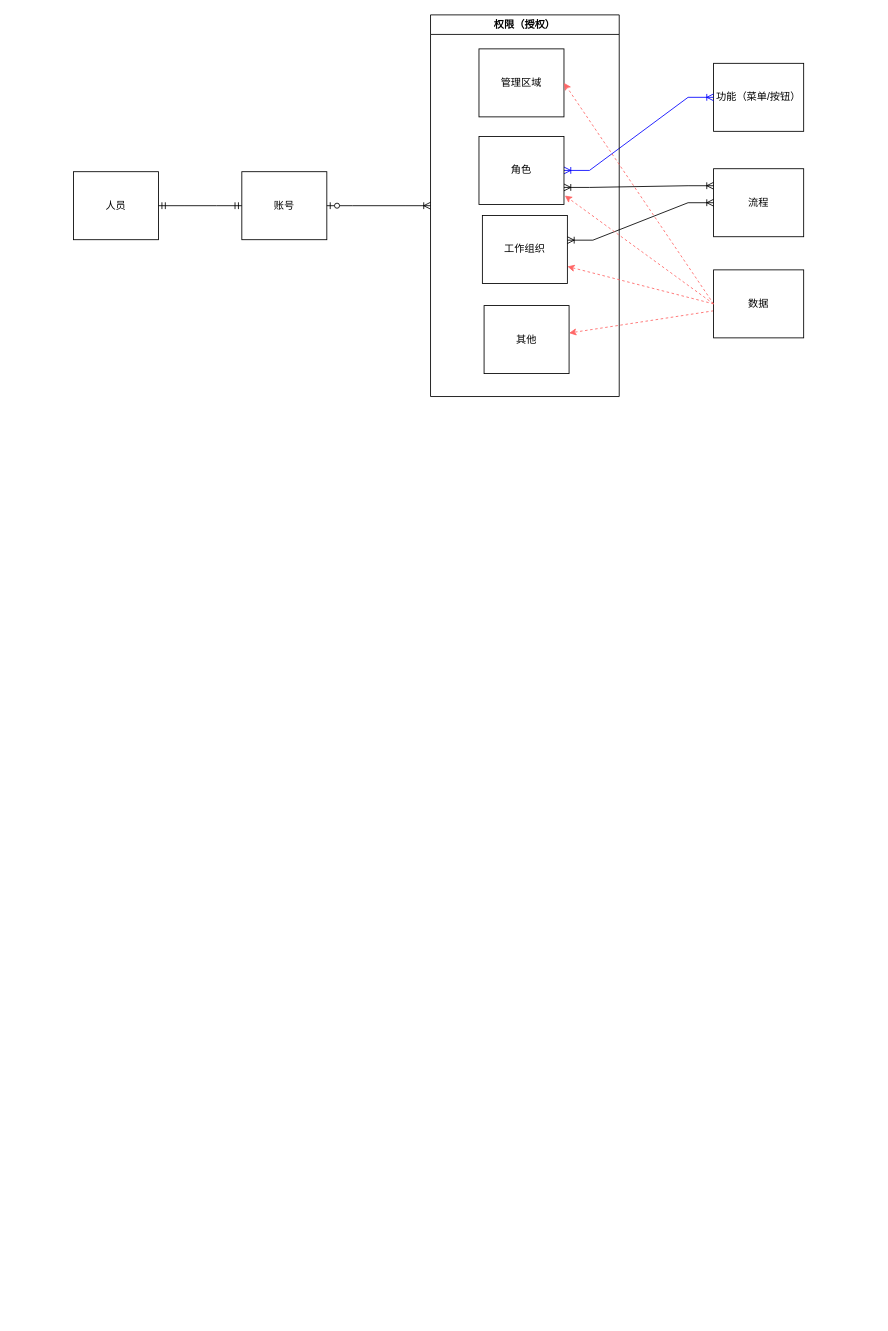
This is page "模型-实体图新" (8 of 8) of 4A基本数模型.drawio from 158698706/tt4a, a draw.io file, before an edit. Source tidied: cells renumbered, new cells numbered last; positions are measured from the earlier drawing's top-left corner, leaving out a move shared by most shapes. Both pictures are drawn from the tidied source at 85%, with x=0, y=0 at pixel (73, 14).
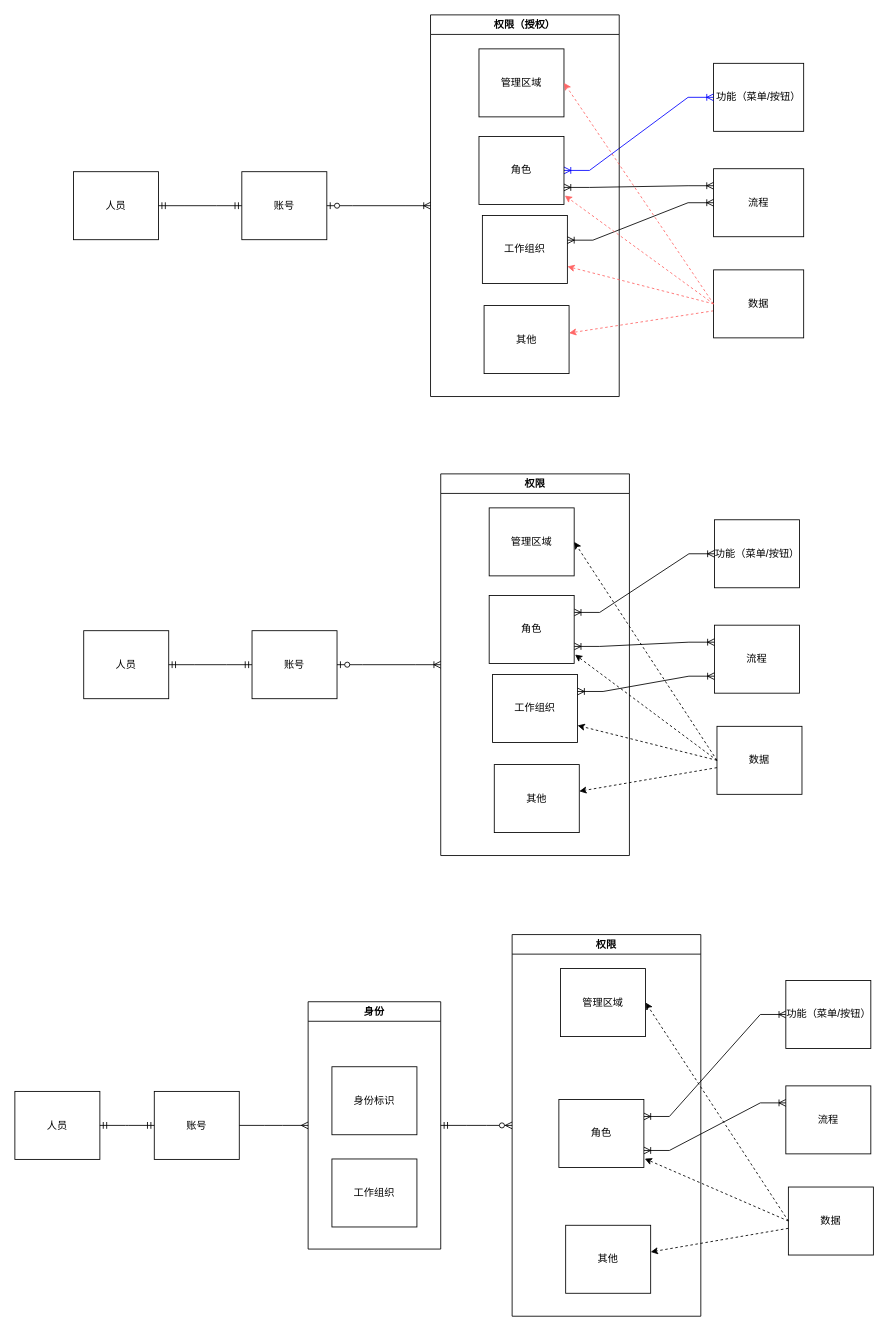
After the change.

Commit message:
更新4A基本数模型.drawio

The edit, as a diff of the source:
```diff
@@
+    <mxCell id="21" value="账号" style="whiteSpace=wrap;html=1;align=center;" parent="1" vertex="1">
+      <mxGeometry x="210" y="724.5" width="100" height="80" as="geometry" />
+    </mxCell>
+    <mxCell id="22" value="功能（菜单/按钮）" style="whiteSpace=wrap;html=1;align=center;" parent="1" vertex="1">
+      <mxGeometry x="754" y="594" width="100" height="80" as="geometry" />
+    </mxCell>
+    <mxCell id="23" style="edgeStyle=entityRelationEdgeStyle;fontSize=12;html=1;endArrow=ERoneToMany;startArrow=ERoneToMany;rounded=0;exitX=1;exitY=0.25;exitDx=0;exitDy=0;entryX=0;entryY=0.5;entryDx=0;entryDy=0;strokeColor=#000000;" parent="1" edge="1" source="27" target="22">
+      <mxGeometry relative="1" as="geometry" />
+    </mxCell>
+    <mxCell id="24" value="流程" style="whiteSpace=wrap;html=1;align=center;" parent="1" vertex="1">
+      <mxGeometry x="754" y="718" width="100" height="80" as="geometry" />
+    </mxCell>
+    <mxCell id="25" style="edgeStyle=entityRelationEdgeStyle;fontSize=12;html=1;endArrow=ERoneToMany;startArrow=ERoneToMany;rounded=0;exitX=1;exitY=0.75;exitDx=0;exitDy=0;entryX=0;entryY=0.25;entryDx=0;entryDy=0;" parent="1" edge="1" source="27" target="24">
+      <mxGeometry relative="1" as="geometry" />
+    </mxCell>
+    <mxCell id="26" value="权限" style="swimlane;" parent="1" vertex="1">
+      <mxGeometry x="432" y="540" width="222" height="449" as="geometry" />
+    </mxCell>
+    <mxCell id="27" value="角色" style="whiteSpace=wrap;html=1;align=center;" parent="26" vertex="1">
+      <mxGeometry x="57" y="143" width="100" height="80" as="geometry" />
+    </mxCell>
+    <mxCell id="28" value="工作组织" style="whiteSpace=wrap;html=1;align=center;" parent="26" vertex="1">
+      <mxGeometry x="61" y="236" width="100" height="80" as="geometry" />
+    </mxCell>
+    <mxCell id="29" value="管理区域" style="whiteSpace=wrap;html=1;align=center;" parent="26" vertex="1">
+      <mxGeometry x="57" y="40" width="100" height="80" as="geometry" />
+    </mxCell>
+    <mxCell id="30" value="其他" style="whiteSpace=wrap;html=1;align=center;" parent="26" vertex="1">
+      <mxGeometry x="63" y="342" width="100" height="80" as="geometry" />
+    </mxCell>
+    <mxCell id="31" style="edgeStyle=entityRelationEdgeStyle;fontSize=12;html=1;endArrow=ERoneToMany;startArrow=ERzeroToOne;rounded=0;entryX=0;entryY=0.5;entryDx=0;entryDy=0;" parent="1" edge="1" source="21" target="26">
+      <mxGeometry relative="1" as="geometry" />
+    </mxCell>
+    <mxCell id="32" value="人员" style="whiteSpace=wrap;html=1;align=center;" parent="1" vertex="1">
+      <mxGeometry x="12" y="724.5" width="100" height="80" as="geometry" />
+    </mxCell>
+    <mxCell id="33" style="rounded=0;jettySize=auto;html=1;dashed=1;strokeColor=#000000;" parent="1" edge="1" source="34" target="30">
+      <mxGeometry relative="1" as="geometry" />
+    </mxCell>
+    <mxCell id="34" value="数据" style="whiteSpace=wrap;html=1;align=center;" parent="1" vertex="1">
+      <mxGeometry x="757" y="837" width="100" height="80" as="geometry" />
+    </mxCell>
+    <mxCell id="35" style="edgeStyle=entityRelationEdgeStyle;fontSize=12;html=1;endArrow=ERmandOne;startArrow=ERmandOne;rounded=0;exitX=1;exitY=0.5;exitDx=0;exitDy=0;entryX=0;entryY=0.5;entryDx=0;entryDy=0;" parent="1" edge="1" source="32" target="21">
+      <mxGeometry relative="1" as="geometry" />
+    </mxCell>
+    <mxCell id="36" style="edgeStyle=entityRelationEdgeStyle;fontSize=12;html=1;endArrow=ERoneToMany;startArrow=ERoneToMany;rounded=0;exitX=1;exitY=0.25;exitDx=0;exitDy=0;entryX=0;entryY=0.75;entryDx=0;entryDy=0;" parent="1" edge="1" source="28" target="24">
+      <mxGeometry relative="1" as="geometry" />
+    </mxCell>
+    <mxCell id="37" style="rounded=0;jettySize=auto;html=1;dashed=1;exitX=0;exitY=0.5;exitDx=0;exitDy=0;entryX=1;entryY=0.75;entryDx=0;entryDy=0;strokeColor=#000000;" parent="1" edge="1" source="34" target="28">
+      <mxGeometry relative="1" as="geometry" />
+    </mxCell>
+    <mxCell id="38" style="rounded=0;jettySize=auto;html=1;dashed=1;exitX=0;exitY=0.5;exitDx=0;exitDy=0;entryX=1;entryY=0.5;entryDx=0;entryDy=0;strokeColor=#000000;" parent="1" edge="1" source="34" target="29">
+      <mxGeometry relative="1" as="geometry" />
+    </mxCell>
+    <mxCell id="39" style="rounded=0;jettySize=auto;html=1;dashed=1;exitX=0;exitY=0.5;exitDx=0;exitDy=0;entryX=1.01;entryY=0.87;entryDx=0;entryDy=0;strokeColor=#000000;entryPerimeter=0;" parent="1" edge="1" source="34" target="27">
+      <mxGeometry relative="1" as="geometry" />
+    </mxCell>
+    <mxCell id="40" value="账号" style="whiteSpace=wrap;html=1;align=center;" parent="1" vertex="1">
+      <mxGeometry x="95" y="1266.5" width="100" height="80" as="geometry" />
+    </mxCell>
+    <mxCell id="41" value="功能（菜单/按钮）" style="whiteSpace=wrap;html=1;align=center;" parent="1" vertex="1">
+      <mxGeometry x="838" y="1136" width="100" height="80" as="geometry" />
+    </mxCell>
+    <mxCell id="42" style="edgeStyle=entityRelationEdgeStyle;fontSize=12;html=1;endArrow=ERoneToMany;startArrow=ERoneToMany;rounded=0;exitX=1;exitY=0.25;exitDx=0;exitDy=0;entryX=0;entryY=0.5;entryDx=0;entryDy=0;strokeColor=#000000;" parent="1" edge="1" source="46" target="41">
+      <mxGeometry relative="1" as="geometry" />
+    </mxCell>
+    <mxCell id="43" value="流程" style="whiteSpace=wrap;html=1;align=center;" parent="1" vertex="1">
+      <mxGeometry x="838" y="1260" width="100" height="80" as="geometry" />
+    </mxCell>
+    <mxCell id="44" style="edgeStyle=entityRelationEdgeStyle;fontSize=12;html=1;endArrow=ERoneToMany;startArrow=ERoneToMany;rounded=0;exitX=1;exitY=0.75;exitDx=0;exitDy=0;entryX=0;entryY=0.25;entryDx=0;entryDy=0;" parent="1" edge="1" source="46" target="43">
+      <mxGeometry relative="1" as="geometry" />
+    </mxCell>
+    <mxCell id="45" value="权限" style="swimlane;" parent="1" vertex="1">
+      <mxGeometry x="516" y="1082" width="222" height="449" as="geometry" />
+    </mxCell>
+    <mxCell id="46" value="角色" style="whiteSpace=wrap;html=1;align=center;" parent="45" vertex="1">
+      <mxGeometry x="55" y="194" width="100" height="80" as="geometry" />
+    </mxCell>
+    <mxCell id="47" value="管理区域" style="whiteSpace=wrap;html=1;align=center;" parent="45" vertex="1">
+      <mxGeometry x="57" y="40" width="100" height="80" as="geometry" />
+    </mxCell>
+    <mxCell id="48" value="其他" style="whiteSpace=wrap;html=1;align=center;" parent="45" vertex="1">
+      <mxGeometry x="63" y="342" width="100" height="80" as="geometry" />
+    </mxCell>
+    <mxCell id="49" value="人员" style="whiteSpace=wrap;html=1;align=center;" parent="1" vertex="1">
+      <mxGeometry x="-69" y="1266.5" width="100" height="80" as="geometry" />
+    </mxCell>
+    <mxCell id="50" style="rounded=0;jettySize=auto;html=1;dashed=1;strokeColor=#000000;" parent="1" edge="1" source="51" target="48">
+      <mxGeometry relative="1" as="geometry" />
+    </mxCell>
+    <mxCell id="51" value="数据" style="whiteSpace=wrap;html=1;align=center;" parent="1" vertex="1">
+      <mxGeometry x="841" y="1379" width="100" height="80" as="geometry" />
+    </mxCell>
+    <mxCell id="52" style="edgeStyle=entityRelationEdgeStyle;fontSize=12;html=1;endArrow=ERmandOne;startArrow=ERmandOne;rounded=0;exitX=1;exitY=0.5;exitDx=0;exitDy=0;entryX=0;entryY=0.5;entryDx=0;entryDy=0;" parent="1" edge="1" source="49" target="40">
+      <mxGeometry relative="1" as="geometry" />
+    </mxCell>
+    <mxCell id="53" style="rounded=0;jettySize=auto;html=1;dashed=1;exitX=0;exitY=0.5;exitDx=0;exitDy=0;entryX=1;entryY=0.5;entryDx=0;entryDy=0;strokeColor=#000000;" parent="1" edge="1" source="51" target="47">
+      <mxGeometry relative="1" as="geometry" />
+    </mxCell>
+    <mxCell id="54" style="rounded=0;jettySize=auto;html=1;dashed=1;exitX=0;exitY=0.5;exitDx=0;exitDy=0;entryX=1.01;entryY=0.87;entryDx=0;entryDy=0;strokeColor=#000000;entryPerimeter=0;" parent="1" edge="1" source="51" target="46">
+      <mxGeometry relative="1" as="geometry" />
+    </mxCell>
+    <mxCell id="55" value="身份" style="swimlane;" parent="1" vertex="1">
+      <mxGeometry x="276" y="1161" width="156" height="291" as="geometry" />
+    </mxCell>
+    <mxCell id="56" value="工作组织" style="whiteSpace=wrap;html=1;align=center;" parent="55" vertex="1">
+      <mxGeometry x="28" y="185" width="100" height="80" as="geometry" />
+    </mxCell>
+    <mxCell id="57" value="身份标识" style="whiteSpace=wrap;html=1;align=center;" parent="55" vertex="1">
+      <mxGeometry x="28" y="76.5" width="100" height="80" as="geometry" />
+    </mxCell>
+    <mxCell id="58" style="edgeStyle=entityRelationEdgeStyle;fontSize=12;html=1;endArrow=ERmany;rounded=0;entryX=0;entryY=0.5;entryDx=0;entryDy=0;exitX=1;exitY=0.5;exitDx=0;exitDy=0;" parent="1" edge="1" source="40" target="55">
+      <mxGeometry relative="1" as="geometry" />
+    </mxCell>
+    <mxCell id="59" style="edgeStyle=entityRelationEdgeStyle;fontSize=12;html=1;endArrow=ERzeroToMany;startArrow=ERmandOne;rounded=0;entryX=0;entryY=0.5;entryDx=0;entryDy=0;exitX=1;exitY=0.5;exitDx=0;exitDy=0;" parent="1" edge="1" source="55" target="45">
+      <mxGeometry relative="1" as="geometry" />
+    </mxCell>
```
